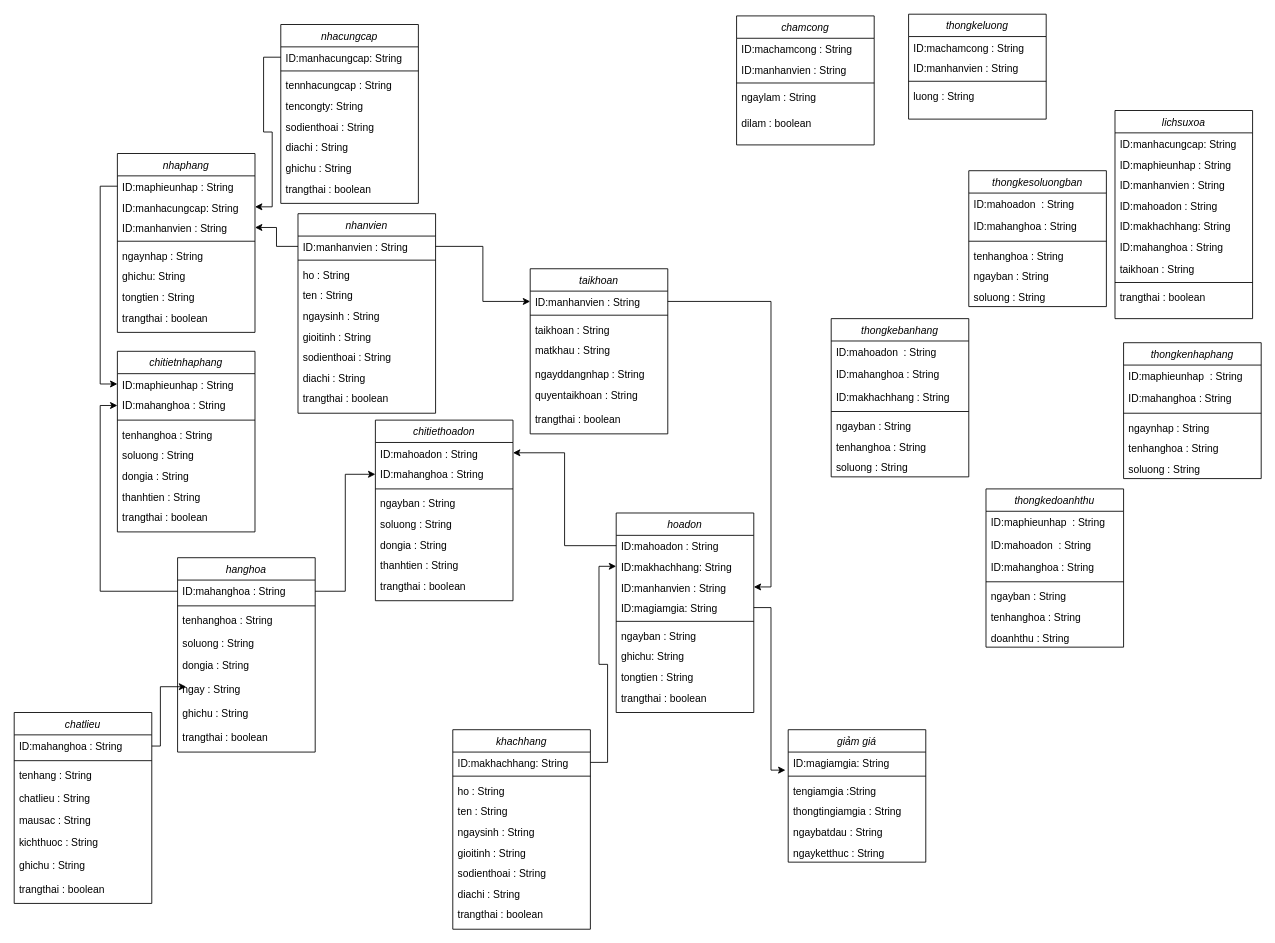
Above: Documents/file draw.io giao diện/CSDLnew.drawio in boopanda1998/Cong_nghe_phan_mem (draw.io), before the change. Source tidied: cells renumbered, new cells numbered last; positions are measured from the earlier drawing's top-left corner, leaving out a move shared by most shapes. Both pictures are drawn from the tidied source at 86%, with x=0, y=0 at pixel (14, 14).
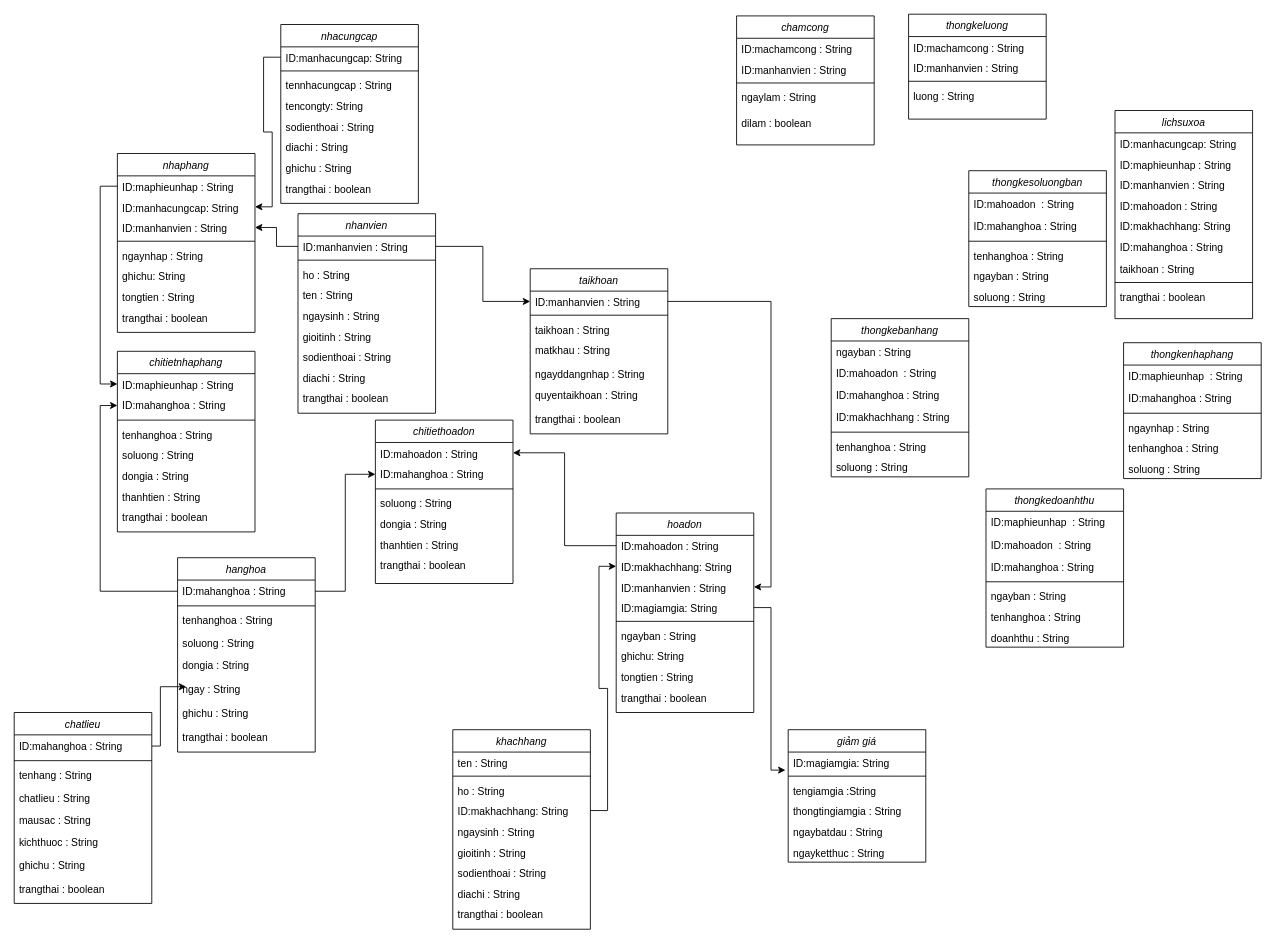
Above is the later version.

Commit message (it also covers changes not shown here):
Update Phân tích yêu cầu

Unchanged cells that the change refers to:
```xml
<mxCell id="75" value="khachhang" style="swimlane;fontStyle=2;align=center;verticalAlign=top;horizontal=1;startSize=26;rounded=0;shadow=0;strokeWidth=1;" parent="1" vertex="1">
  <mxGeometry x="510" y="832" width="160" height="232" as="geometry" />
</mxCell>
<mxCell id="143" value="thongkebanhang" style="swimlane;fontStyle=2;align=center;verticalAlign=top;horizontal=1;startSize=26;rounded=0;shadow=0;strokeWidth=1;" parent="1" vertex="1">
  <mxGeometry x="950" y="354" width="160" height="184" as="geometry" />
</mxCell>
```

What changed in the source:
```diff
@@
-    <mxCell id="76" value="ID:makhachhang: String" style="text;align=left;verticalAlign=top;spacingLeft=4;spacingRight=4;overflow=hidden;points=[[0,0.5],[1,0.5]];portConstraint=eastwest;" parent="75" vertex="1">
-      <mxGeometry y="26" width="160" height="24" as="geometry" />
-    </mxCell>
+    <mxCell id="79" value="ten : String" style="text;align=left;verticalAlign=top;spacingLeft=4;spacingRight=4;overflow=hidden;" parent="75" vertex="1">
+      <mxGeometry y="26" width="160" height="24" as="geometry" />
+    </mxCell>
@@
-    <mxCell id="79" value="ten : String" style="text;align=left;verticalAlign=top;spacingLeft=4;spacingRight=4;overflow=hidden;" parent="75" vertex="1">
-      <mxGeometry y="82" width="160" height="24" as="geometry" />
-    </mxCell>
+    <mxCell id="76" value="ID:makhachhang: String" style="text;align=left;verticalAlign=top;spacingLeft=4;spacingRight=4;overflow=hidden;points=[[0,0.5],[1,0.5]];portConstraint=eastwest;" parent="75" vertex="1">
+      <mxGeometry y="82" width="160" height="24" as="geometry" />
+    </mxCell>
@@
     <mxCell id="87" value="chitiethoadon" style="swimlane;fontStyle=2;align=center;verticalAlign=top;horizontal=1;startSize=26;rounded=0;shadow=0;strokeWidth=1;" parent="1" vertex="1">
-      <mxGeometry x="420" y="472" width="160" height="210" as="geometry" />
+      <mxGeometry x="420" y="472" width="160" height="190" as="geometry" />
     </mxCell>
@@
-    <mxCell id="91" value="ngayban : String" style="text;align=left;verticalAlign=top;spacingLeft=4;spacingRight=4;overflow=hidden;" parent="87" vertex="1">
-      <mxGeometry y="84" width="160" height="24" as="geometry" />
-    </mxCell>
     <mxCell id="92" value="soluong : String" style="text;align=left;verticalAlign=top;spacingLeft=4;spacingRight=4;overflow=hidden;" parent="87" vertex="1">
-      <mxGeometry y="108" width="160" height="24" as="geometry" />
+      <mxGeometry y="84" width="160" height="24" as="geometry" />
     </mxCell>
     <mxCell id="93" value="dongia : String" style="text;align=left;verticalAlign=top;spacingLeft=4;spacingRight=4;overflow=hidden;" parent="87" vertex="1">
-      <mxGeometry y="132" width="160" height="24" as="geometry" />
+      <mxGeometry y="108" width="160" height="24" as="geometry" />
     </mxCell>
     <mxCell id="94" value="thanhtien : String" style="text;align=left;verticalAlign=top;spacingLeft=4;spacingRight=4;overflow=hidden;" parent="87" vertex="1">
-      <mxGeometry y="156" width="160" height="24" as="geometry" />
+      <mxGeometry y="132" width="160" height="24" as="geometry" />
     </mxCell>
     <mxCell id="95" value="trangthai : boolean" style="text;align=left;verticalAlign=top;spacingLeft=4;spacingRight=4;overflow=hidden;" parent="87" vertex="1">
-      <mxGeometry y="180" width="160" height="30" as="geometry" />
+      <mxGeometry y="156" width="160" height="30" as="geometry" />
     </mxCell>
@@
+    <mxCell id="148" value="ngayban : String" style="text;align=left;verticalAlign=top;spacingLeft=4;spacingRight=4;overflow=hidden;" parent="143" vertex="1">
+      <mxGeometry y="26" width="160" height="24" as="geometry" />
+    </mxCell>
     <mxCell id="144" value="ID:mahoadon  : String" style="text;align=left;verticalAlign=top;spacingLeft=4;spacingRight=4;overflow=hidden;" parent="143" vertex="1">
-      <mxGeometry y="26" width="160" height="26" as="geometry" />
+      <mxGeometry y="50" width="160" height="26" as="geometry" />
     </mxCell>
     <mxCell id="145" value="ID:mahanghoa : String" style="text;align=left;verticalAlign=top;spacingLeft=4;spacingRight=4;overflow=hidden;" parent="143" vertex="1">
-      <mxGeometry y="52" width="160" height="26" as="geometry" />
+      <mxGeometry y="76" width="160" height="26" as="geometry" />
     </mxCell>
     <mxCell id="146" value="ID:makhachhang : String" style="text;align=left;verticalAlign=top;spacingLeft=4;spacingRight=4;overflow=hidden;" parent="143" vertex="1">
-      <mxGeometry y="78" width="160" height="26" as="geometry" />
+      <mxGeometry y="102" width="160" height="26" as="geometry" />
     </mxCell>
     <mxCell id="147" style="line;html=1;strokeWidth=1;align=left;verticalAlign=middle;spacingTop=-1;spacingLeft=3;spacingRight=3;labelPosition=right;" parent="143" vertex="1">
-      <mxGeometry y="104" width="160" height="8" as="geometry" />
+      <mxGeometry y="128" width="160" height="8" as="geometry" />
     </mxCell>
-    <mxCell id="148" value="ngayban : String" style="text;align=left;verticalAlign=top;spacingLeft=4;spacingRight=4;overflow=hidden;" parent="143" vertex="1">
-      <mxGeometry y="112" width="160" height="24" as="geometry" />
-    </mxCell>
```
